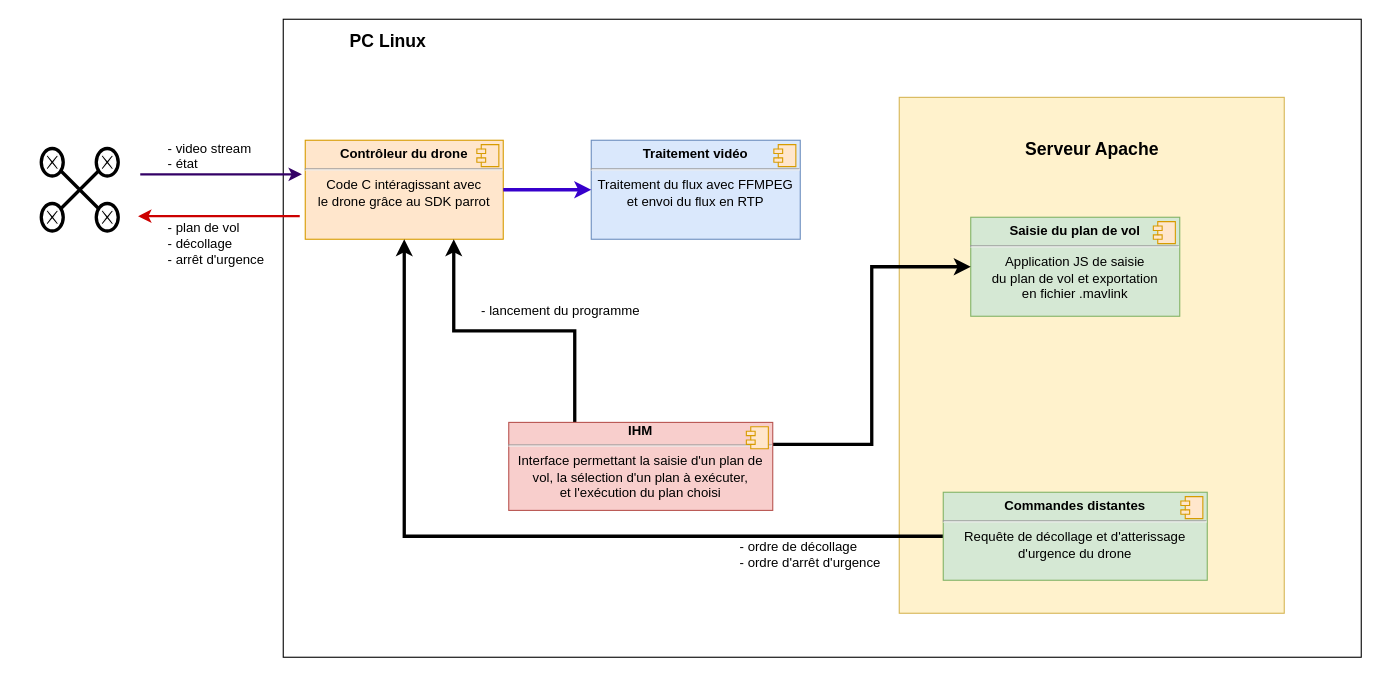
FabienMnsn/3i013-Bebop2 keeps this draw.io diagram as new_archi_log/new_controle_drone.drawio. Above is the earlier version. Source tidied: cells renumbered, new cells numbered last; positions are measured from the earlier drawing's top-left corner, leaving out a move shared by most shapes. Both pictures are drawn from the tidied source at 110%, with x=0, y=0 at pixel (41, 19). Pictures stored in the file or linked from it are replaced by grey dashed boxes.
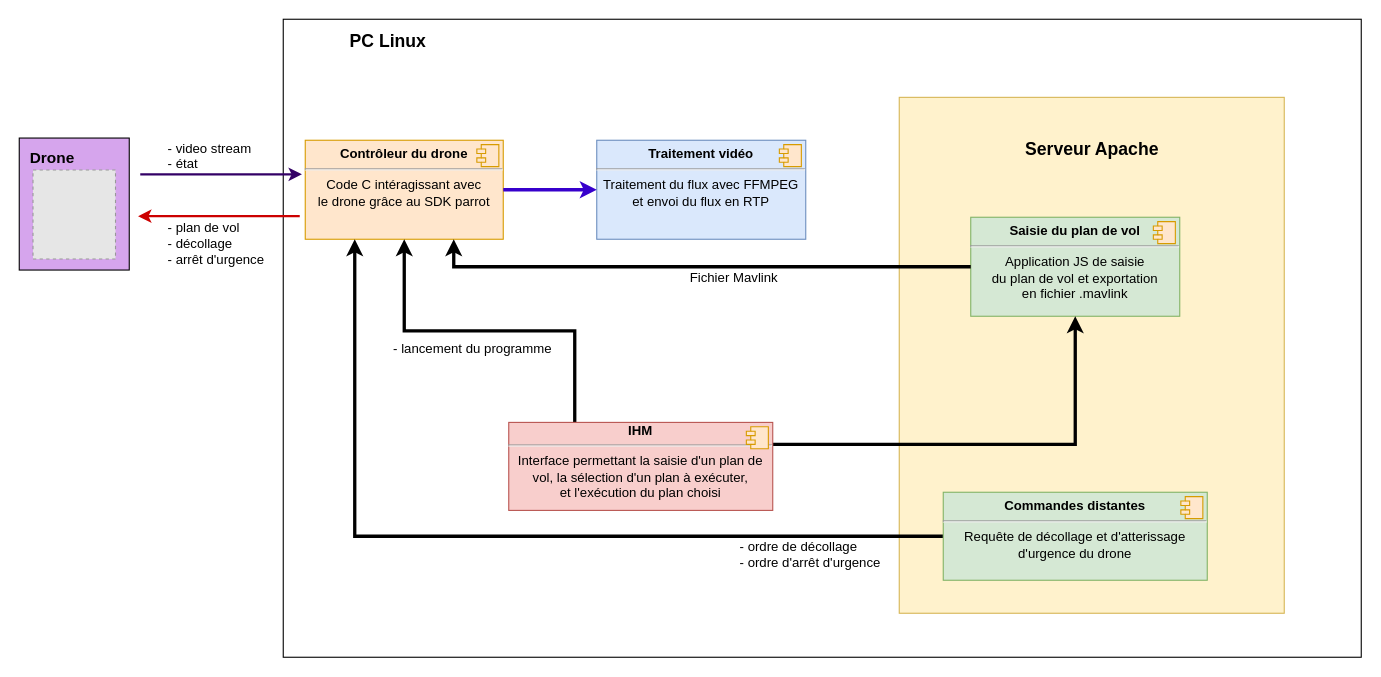
The same page after the edit.

Unchanged cells that the change refers to:
```xml
<mxCell id="4" value="&lt;p style=&quot;margin: 0px ; margin-top: 6px ; text-align: center&quot;&gt;&lt;b&gt;Contrôleur du drone&lt;br&gt;&lt;/b&gt;&lt;/p&gt;&lt;hr&gt;&lt;div align=&quot;center&quot;&gt;Code C intéragissant avec &lt;br&gt;&lt;/div&gt;&lt;div align=&quot;center&quot;&gt;le drone grâce au SDK parrot&lt;br&gt;&lt;/div&gt;" style="align=left;overflow=fill;html=1;fillColor=#ffe6cc;strokeColor=#d79b00;" parent="1" vertex="1">
  <mxGeometry x="240" y="110" width="180" height="90" as="geometry" />
</mxCell>
<mxCell id="18" value="&lt;p style=&quot;margin: 6px 0px 0px&quot; align=&quot;center&quot;&gt;&lt;b&gt;Saisie du plan de vol&lt;br&gt;&lt;/b&gt;&lt;/p&gt;&lt;hr align=&quot;center&quot;&gt;&lt;div align=&quot;center&quot;&gt;Application JS de saisie&lt;/div&gt;&lt;div align=&quot;center&quot;&gt;du plan de vol et exportation&lt;/div&gt;&lt;div align=&quot;center&quot;&gt;en fichier .mavlink&lt;br&gt;&lt;/div&gt;" style="align=left;overflow=fill;html=1;fillColor=#d5e8d4;strokeColor=#82b366;" parent="1" vertex="1">
  <mxGeometry x="845" y="180" width="190" height="90" as="geometry" />
</mxCell>
<mxCell id="21" value="&lt;p style=&quot;margin: 6px 0px 0px&quot; align=&quot;center&quot;&gt;&lt;b&gt;Commandes distantes&lt;br&gt;&lt;/b&gt;&lt;/p&gt;&lt;hr align=&quot;center&quot;&gt;&lt;div align=&quot;center&quot;&gt;Requête de décollage et d'atterissage &lt;br&gt;&lt;/div&gt;&lt;div align=&quot;center&quot;&gt;d'urgence du drone&lt;/div&gt;" style="align=left;overflow=fill;html=1;fillColor=#d5e8d4;strokeColor=#82b366;" parent="1" vertex="1">
  <mxGeometry x="820" y="430" width="240" height="80" as="geometry" />
</mxCell>
<mxCell id="27" value="&lt;div align=&quot;center&quot;&gt;&lt;b&gt;IHM&lt;/b&gt;&lt;/div&gt;&lt;hr align=&quot;center&quot;&gt;&lt;div align=&quot;center&quot;&gt;Interface permettant la saisie d'un plan de &lt;br&gt;&lt;/div&gt;&lt;div align=&quot;center&quot;&gt;vol, la sélection d'un plan à exécuter, &lt;br&gt;&lt;/div&gt;&lt;div align=&quot;center&quot;&gt;et l'exécution du plan choisi&lt;/div&gt;" style="align=left;overflow=fill;html=1;fillColor=#f8cecc;strokeColor=#b85450;" parent="1" vertex="1">
  <mxGeometry x="425" y="366.5" width="240" height="80" as="geometry" />
</mxCell>
```

What changed in the source:
```diff
@@
-    <mxCell id="6" style="shape=umlDestroy;whiteSpace=wrap;html=1;strokeWidth=3;" parent="1" vertex="1">
-      <mxGeometry x="10" y="130" width="50" height="50" as="geometry" />
-    </mxCell>
-    <mxCell id="7" style="shape=mxgraph.bpmn.shape;html=1;verticalLabelPosition=bottom;labelBackgroundColor=#ffffff;verticalAlign=top;align=center;perimeter=ellipsePerimeter;outline=end;symbol=cancel;" parent="1" vertex="1">
-      <mxGeometry y="117.5" width="20" height="25" as="geometry" />
-    </mxCell>
-    <mxCell id="8" style="shape=mxgraph.bpmn.shape;html=1;verticalLabelPosition=bottom;labelBackgroundColor=#ffffff;verticalAlign=top;align=center;perimeter=ellipsePerimeter;outline=end;symbol=cancel;" parent="1" vertex="1">
-      <mxGeometry x="50" y="117.5" width="20" height="25" as="geometry" />
-    </mxCell>
-    <mxCell id="9" style="shape=mxgraph.bpmn.shape;html=1;verticalLabelPosition=bottom;labelBackgroundColor=#ffffff;verticalAlign=top;align=center;perimeter=ellipsePerimeter;outline=end;symbol=cancel;" parent="1" vertex="1">
-      <mxGeometry y="167.5" width="20" height="25" as="geometry" />
-    </mxCell>
-    <mxCell id="10" style="shape=mxgraph.bpmn.shape;html=1;verticalLabelPosition=bottom;labelBackgroundColor=#ffffff;verticalAlign=top;align=center;perimeter=ellipsePerimeter;outline=end;symbol=cancel;" parent="1" vertex="1">
-      <mxGeometry x="50" y="167.5" width="20" height="25" as="geometry" />
-    </mxCell>
@@
     <mxCell id="15" value="&lt;p style=&quot;margin: 6px 0px 0px&quot; align=&quot;center&quot;&gt;&lt;b&gt;Traitement vidéo&lt;br&gt;&lt;/b&gt;&lt;/p&gt;&lt;hr align=&quot;center&quot;&gt;&lt;div align=&quot;center&quot;&gt;Traitement du flux avec FFMPEG &lt;br&gt;&lt;/div&gt;&lt;div align=&quot;center&quot;&gt;et envoi du flux en RTP&lt;br&gt;&lt;/div&gt;" style="align=left;overflow=fill;html=1;fillColor=#dae8fc;strokeColor=#6c8ebf;" parent="1" vertex="1">
-      <mxGeometry x="500" y="110" width="190" height="90" as="geometry" />
+      <mxGeometry x="505" y="110" width="190" height="90" as="geometry" />
     </mxCell>
@@
-    <mxCell id="17" style="endArrow=classic;html=1;strokeColor=#3700CC;strokeWidth=3;exitX=1;exitY=0.5;exitDx=0;exitDy=0;entryX=0;entryY=0.5;entryDx=0;entryDy=0;fillColor=#6a00ff;" parent="1" edge="1" source="4" target="15">
-      <mxGeometry relative="1" as="geometry" />
+    <mxCell id="17" style="endArrow=classic;html=1;strokeColor=#3700CC;strokeWidth=3;entryX=0;entryY=0.5;entryDx=0;entryDy=0;fillColor=#6a00ff;" parent="1" edge="1" target="15">
+      <mxGeometry relative="1" as="geometry">
+        <mxPoint x="420" y="155" as="sourcePoint" />
+      </mxGeometry>
     </mxCell>
@@
-    <mxCell id="20" style="edgeStyle=orthogonalEdgeStyle;rounded=0;jettySize=auto;html=1;exitX=0;exitY=0.5;exitDx=0;exitDy=0;entryX=0.5;entryY=1;entryDx=0;entryDy=0;strokeColor=#000000;strokeWidth=3;" parent="1" edge="1" source="21" target="4">
+    <mxCell id="20" style="edgeStyle=orthogonalEdgeStyle;rounded=0;jettySize=auto;html=1;exitX=0;exitY=0.5;exitDx=0;exitDy=0;entryX=0.25;entryY=1;entryDx=0;entryDy=0;strokeColor=#000000;strokeWidth=3;" parent="1" edge="1" source="21" target="4">
       <mxGeometry relative="1" as="geometry" />
     </mxCell>
@@
-    <mxCell id="25" style="edgeStyle=orthogonalEdgeStyle;rounded=0;jettySize=auto;html=1;exitX=1;exitY=0.25;exitDx=0;exitDy=0;entryX=0;entryY=0.5;entryDx=0;entryDy=0;strokeColor=#000000;strokeWidth=3;" parent="1" edge="1" source="27" target="18">
+    <mxCell id="25" style="edgeStyle=orthogonalEdgeStyle;rounded=0;jettySize=auto;html=1;exitX=1;exitY=0.25;exitDx=0;exitDy=0;entryX=0.5;entryY=1;entryDx=0;entryDy=0;strokeColor=#000000;strokeWidth=3;" parent="1" edge="1" source="27" target="18">
       <mxGeometry relative="1" as="geometry" />
     </mxCell>
-    <mxCell id="26" style="edgeStyle=orthogonalEdgeStyle;rounded=0;jettySize=auto;html=1;exitX=0.25;exitY=0;exitDx=0;exitDy=0;entryX=0.75;entryY=1;entryDx=0;entryDy=0;strokeColor=#000000;strokeWidth=3;" parent="1" edge="1" source="27" target="4">
+    <mxCell id="26" style="edgeStyle=orthogonalEdgeStyle;rounded=0;jettySize=auto;html=1;exitX=0.25;exitY=0;exitDx=0;exitDy=0;entryX=0.5;entryY=1;entryDx=0;entryDy=0;strokeColor=#000000;strokeWidth=3;" parent="1" edge="1" source="27" target="4">
       <mxGeometry relative="1" as="geometry" />
     </mxCell>
@@
     <mxCell id="29" value="&amp;nbsp;- lancement du programme" style="text;html=1;align=left;verticalAlign=top;spacingTop=-4;" parent="1" vertex="1">
-      <mxGeometry x="395" y="255" width="170" height="20" as="geometry" />
+      <mxGeometry x="315" y="290" width="170" height="20" as="geometry" />
     </mxCell>
@@
+    <mxCell id="31" style="edgeStyle=orthogonalEdgeStyle;rounded=0;jettySize=auto;html=1;exitX=0;exitY=0.5;exitDx=0;exitDy=0;entryX=0.75;entryY=1;entryDx=0;entryDy=0;strokeColor=#000000;strokeWidth=3;" parent="1" edge="1" source="18" target="4">
+      <mxGeometry relative="1" as="geometry" />
+    </mxCell>
+    <mxCell id="32" value="Fichier Mavlink" style="text;html=1;strokeColor=none;fillColor=none;align=center;verticalAlign=middle;whiteSpace=wrap;rounded=0;" parent="1" vertex="1">
+      <mxGeometry x="575" y="225" width="110" height="20" as="geometry" />
+    </mxCell>
+    <mxCell id="33" value="&lt;div style=&quot;font-size: 14px&quot; align=&quot;left&quot;&gt;&lt;font style=&quot;font-size: 14px&quot;&gt;&lt;br&gt;&lt;/font&gt;&lt;/div&gt;&lt;div style=&quot;font-size: 14px&quot; align=&quot;left&quot;&gt;&lt;p&gt;&lt;font style=&quot;font-size: 14px&quot;&gt;&lt;b&gt;Drone&lt;/b&gt;&lt;/font&gt;&lt;/p&gt;&lt;/div&gt;&lt;p style=&quot;font-size: 14px&quot;&gt;&lt;/p&gt;" style="rounded=0;whiteSpace=wrap;html=1;strokeColor=#000000;strokeWidth=1;&#10;align=left;verticalAlign=top;spacing=10;fillColor=#D6A5ED;gradientColor=none;&#10;spacingTop=-4;fillColor=#D6A5ED;strokeWidth=1;spacingTop=-36;spacingLeft=0;align=left;" parent="1" vertex="1">
+      <mxGeometry x="-20" y="108" width="100" height="120" as="geometry" />
+    </mxCell>
+    <mxCell id="34" style="fillColor=#E6E6E6;strokeColor=#999999;dashed=1;verticalLabelPosition=bottom;labelBackgroundColor=#ffffff;verticalAlign=top;" parent="1" vertex="1">
+      <mxGeometry x="-7.5" y="137" width="75" height="81" as="geometry" />
+    </mxCell>
```
